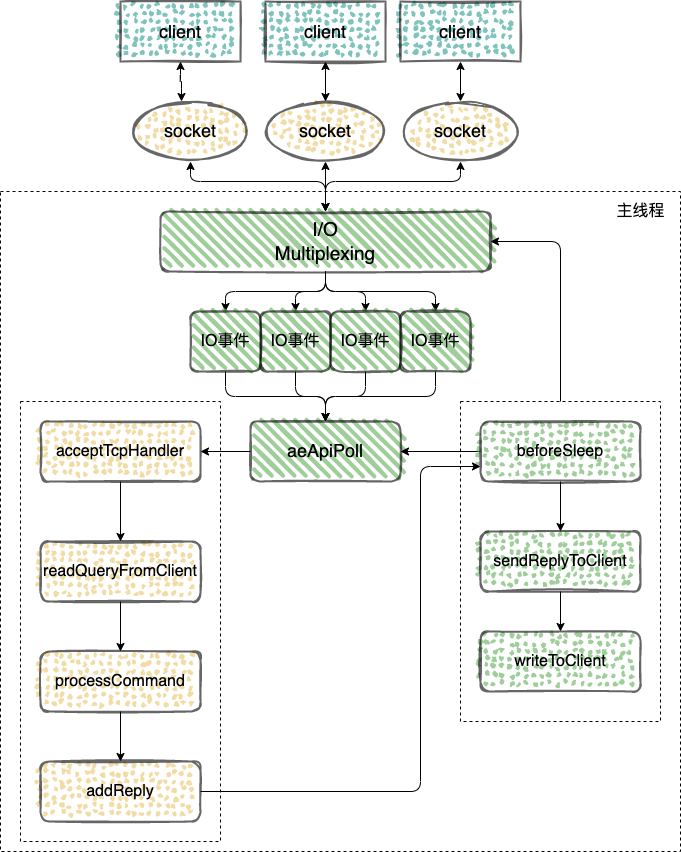
Above: img/redis/redis-single.png in boilingfrog/Go-POINT (draw.io), before the change. Source tidied: cells renumbered, new cells last; positions are measured from the earlier drawing's top-left corner, leaving out a move shared by most shapes.
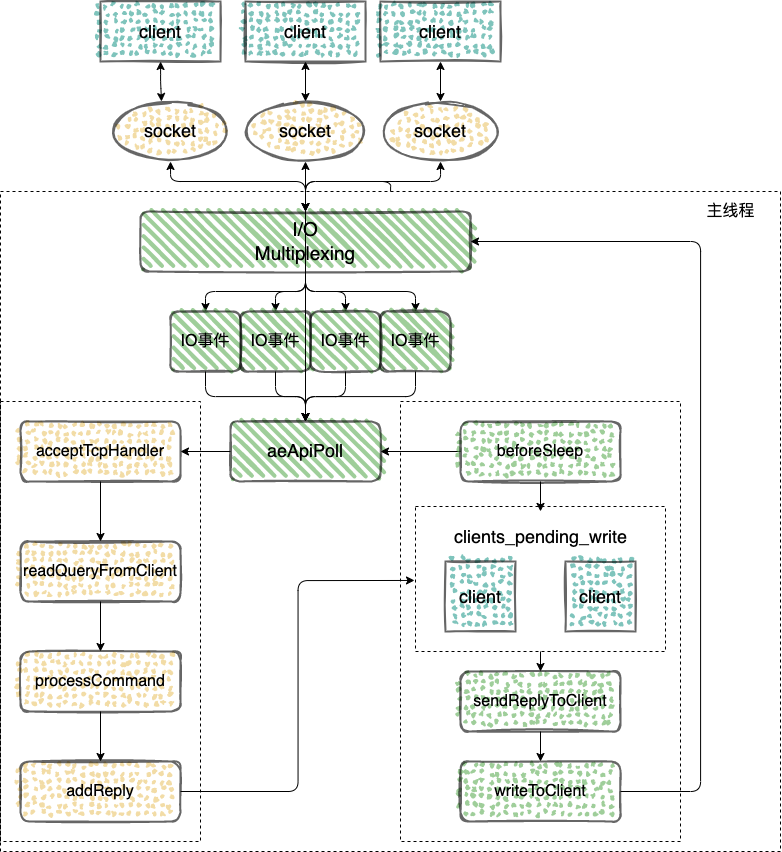
The same diagram one commit later.

Commit message:
feat:redis 中的原子性

What changed in the source:
```diff
@@ -3,10 +3,10 @@
     <mxCell id="0" />
     <mxCell id="1" parent="0" />
     <mxCell id="2" style="verticalLabelPosition=bottom;verticalAlign=top;html=1;shape=mxgraph.basic.rect;fillColor2=none;strokeWidth=1;size=20;indent=5;fillColor=none;dashed=1;" parent="1" vertex="1">
-      <mxGeometry y="190" width="680" height="660" as="geometry" />
+      <mxGeometry x="20" y="190" width="780" height="660" as="geometry" />
     </mxCell>
     <mxCell id="3" style="verticalLabelPosition=bottom;verticalAlign=top;html=1;shape=mxgraph.basic.rect;fillColor2=none;strokeWidth=1;size=20;indent=5;fillColor=none;dashed=1;" parent="1" vertex="1">
-      <mxGeometry x="460" y="400" width="200" height="320" as="geometry" />
+      <mxGeometry x="420" y="400" width="280" height="440" as="geometry" />
     </mxCell>
     <mxCell id="4" style="verticalLabelPosition=bottom;verticalAlign=top;html=1;shape=mxgraph.basic.rect;fillColor2=none;strokeWidth=1;size=20;indent=5;fillColor=none;dashed=1;" parent="1" vertex="1">
       <mxGeometry x="20" y="400" width="200" height="440" as="geometry" />
@@ -94,22 +94,14 @@
       <mxGeometry relative="1" as="geometry" />
     </mxCell>
     <mxCell id="29" value="sendReplyToClient" style="rounded=1;whiteSpace=wrap;html=1;strokeWidth=2;fillWeight=2;hachureGap=8;hachureAngle=45;fillColor=#5FAD56;sketch=1;fontSize=16;fillStyle=dots;opacity=60;" parent="1" vertex="1">
-      <mxGeometry x="480" y="530" width="160" height="60" as="geometry" />
+      <mxGeometry x="480" y="670" width="160" height="60" as="geometry" />
     </mxCell>
     <mxCell id="30" style="edgeStyle=orthogonalEdgeStyle;html=1;entryX=1;entryY=0.5;entryDx=0;entryDy=0;fontSize=16;startArrow=none;startFill=0;" parent="1" edge="1" source="33" target="15">
       <mxGeometry relative="1" as="geometry" />
     </mxCell>
-    <mxCell id="31" style="edgeStyle=orthogonalEdgeStyle;html=1;entryX=0.5;entryY=0;entryDx=0;entryDy=0;fontSize=16;startArrow=none;startFill=0;" parent="1" edge="1" source="33" target="29">
-      <mxGeometry relative="1" as="geometry" />
-    </mxCell>
-    <mxCell id="32" style="edgeStyle=orthogonalEdgeStyle;html=1;entryX=1;entryY=0.5;entryDx=0;entryDy=0;fontSize=16;startArrow=none;startFill=0;" parent="1" edge="1" target="9">
-      <mxGeometry relative="1" as="geometry">
-        <mxPoint x="560" y="400" as="sourcePoint" />
-        <Array as="points">
-          <mxPoint x="560" y="240" />
-        </Array>
-      </mxGeometry>
-    </mxCell>
+    <mxCell id="48" style="edgeStyle=orthogonalEdgeStyle;html=1;entryX=0.5;entryY=0.034;entryDx=0;entryDy=0;entryPerimeter=0;" parent="1" edge="1" source="33" target="53">
+      <mxGeometry relative="1" as="geometry" />
+    </mxCell>
     <mxCell id="33" value="beforeSleep" style="rounded=1;whiteSpace=wrap;html=1;strokeWidth=2;fillWeight=2;hachureGap=8;hachureAngle=45;fillColor=#5FAD56;sketch=1;fontSize=16;fillStyle=dots;opacity=60;" parent="1" vertex="1">
       <mxGeometry x="480" y="420" width="160" height="60" as="geometry" />
     </mxCell>
@@ -119,19 +111,22 @@
     <mxCell id="35" value="processCommand" style="rounded=1;whiteSpace=wrap;html=1;strokeWidth=2;fillWeight=2;hachureGap=8;hachureAngle=45;fillColor=#E9C46A;sketch=1;fontSize=16;fillStyle=dots;opacity=60;" parent="1" vertex="1">
       <mxGeometry x="40" y="650" width="160" height="60" as="geometry" />
     </mxCell>
-    <mxCell id="36" style="edgeStyle=orthogonalEdgeStyle;html=1;fontSize=16;startArrow=none;startFill=0;entryX=0;entryY=0.75;entryDx=0;entryDy=0;" parent="1" edge="1" source="37" target="33">
-      <mxGeometry relative="1" as="geometry">
-        <Array as="points">
-          <mxPoint x="420" y="790" />
-          <mxPoint x="420" y="465" />
-        </Array>
-      </mxGeometry>
-    </mxCell>
+    <mxCell id="49" style="edgeStyle=orthogonalEdgeStyle;html=1;entryX=-0.004;entryY=0.51;entryDx=0;entryDy=0;entryPerimeter=0;" parent="1" edge="1" source="37" target="53">
+      <mxGeometry relative="1" as="geometry" />
+    </mxCell>
     <mxCell id="37" value="addReply" style="rounded=1;whiteSpace=wrap;html=1;strokeWidth=2;fillWeight=2;hachureGap=8;hachureAngle=45;fillColor=#E9C46A;sketch=1;fontSize=16;fillStyle=dots;opacity=60;" parent="1" vertex="1">
       <mxGeometry x="40" y="760" width="160" height="60" as="geometry" />
     </mxCell>
+    <mxCell id="50" style="edgeStyle=orthogonalEdgeStyle;html=1;entryX=1;entryY=0.5;entryDx=0;entryDy=0;" parent="1" edge="1" source="38" target="9">
+      <mxGeometry relative="1" as="geometry">
+        <Array as="points">
+          <mxPoint x="720" y="790" />
+          <mxPoint x="720" y="240" />
+        </Array>
+      </mxGeometry>
+    </mxCell>
     <mxCell id="38" value="writeToClient" style="rounded=1;whiteSpace=wrap;html=1;strokeWidth=2;fillWeight=2;hachureGap=8;hachureAngle=45;fillColor=#5FAD56;sketch=1;fontSize=16;fillStyle=dots;opacity=60;" parent="1" vertex="1">
-      <mxGeometry x="480" y="630" width="160" height="60" as="geometry" />
+      <mxGeometry x="480" y="760" width="160" height="60" as="geometry" />
     </mxCell>
     <mxCell id="39" style="edgeStyle=orthogonalEdgeStyle;html=1;entryX=0.5;entryY=0;entryDx=0;entryDy=0;fontSize=16;startArrow=none;startFill=0;" parent="1" edge="1" source="40" target="15">
       <mxGeometry relative="1" as="geometry" />
@@ -151,14 +146,32 @@
     <mxCell id="44" value="IO事件" style="rounded=1;whiteSpace=wrap;html=1;strokeWidth=2;fillWeight=4;hachureGap=8;hachureAngle=45;fillColor=#5FAD56;sketch=1;fontSize=16;opacity=60;" parent="1" vertex="1">
       <mxGeometry x="330" y="310" width="70" height="60" as="geometry" />
     </mxCell>
-    <mxCell id="45" style="edgeStyle=orthogonalEdgeStyle;html=1;entryX=0.5;entryY=0;entryDx=0;entryDy=0;fontSize=16;startArrow=none;startFill=0;" parent="1" edge="1" source="46" target="15">
+    <mxCell id="45" style="edgeStyle=orthogonalEdgeStyle;html=1;entryX=0.5;entryY=0;entryDx=0;entryDy=0;fontSize=16;startArrow=none;startFill=0;" parent="1" edge="1" source="2" target="15">
       <mxGeometry relative="1" as="geometry" />
     </mxCell>
+    <mxCell id="51" style="edgeStyle=orthogonalEdgeStyle;html=1;entryX=0.5;entryY=0;entryDx=0;entryDy=0;" parent="1" edge="1" source="46" target="15">
+      <mxGeometry relative="1" as="geometry" />
+    </mxCell>
     <mxCell id="46" value="IO事件" style="rounded=1;whiteSpace=wrap;html=1;strokeWidth=2;fillWeight=4;hachureGap=8;hachureAngle=45;fillColor=#5FAD56;sketch=1;fontSize=16;opacity=60;" parent="1" vertex="1">
       <mxGeometry x="400" y="310" width="70" height="60" as="geometry" />
     </mxCell>
     <mxCell id="47" value="主线程" style="text;html=1;align=center;verticalAlign=middle;strokeColor=none;fillColor=none;fontSize=16;" parent="1" vertex="1">
-      <mxGeometry x="610" y="200" width="60" height="20" as="geometry" />
+      <mxGeometry x="720" y="200" width="60" height="20" as="geometry" />
     </mxCell>
+    <mxCell id="52" style="edgeStyle=orthogonalEdgeStyle;html=1;" parent="1" edge="1" source="53" target="29">
+      <mxGeometry relative="1" as="geometry" />
+    </mxCell>
+    <mxCell id="53" style="verticalLabelPosition=bottom;verticalAlign=top;html=1;shape=mxgraph.basic.rect;fillColor2=none;strokeWidth=1;size=20;indent=5;fillColor=none;dashed=1;" parent="1" vertex="1">
+      <mxGeometry x="435" y="505" width="250" height="145" as="geometry" />
+    </mxCell>
+    <mxCell id="54" value="&lt;font style=&quot;font-size: 18px&quot;&gt;client&lt;/font&gt;" style="rounded=0;whiteSpace=wrap;html=1;fontFamily=Helvetica;fontSize=12;fontColor=default;strokeColor=default;fillColor=#2A9D8F;strokeWidth=2;fillWeight=2;hachureGap=8;fillStyle=dots;sketch=1;opacity=60;direction=south;" parent="1" vertex="1">
+      <mxGeometry x="465" y="560" width="70" height="70" as="geometry" />
+    </mxCell>
+    <mxCell id="55" value="&lt;font style=&quot;font-size: 18px&quot;&gt;client&lt;/font&gt;" style="rounded=0;whiteSpace=wrap;html=1;fontFamily=Helvetica;fontSize=12;fontColor=default;strokeColor=default;fillColor=#2A9D8F;strokeWidth=2;fillWeight=2;hachureGap=8;fillStyle=dots;sketch=1;opacity=60;direction=south;" parent="1" vertex="1">
+      <mxGeometry x="585" y="560" width="70" height="70" as="geometry" />
+    </mxCell>
+    <mxCell id="56" value="clients_pending_write" style="text;html=1;align=center;verticalAlign=middle;strokeColor=none;fillColor=none;fontSize=18;" parent="1" vertex="1">
+      <mxGeometry x="465" y="520" width="190" height="30" as="geometry" />
+    </mxCell>
   </root>
 </mxGraphModel>
```
